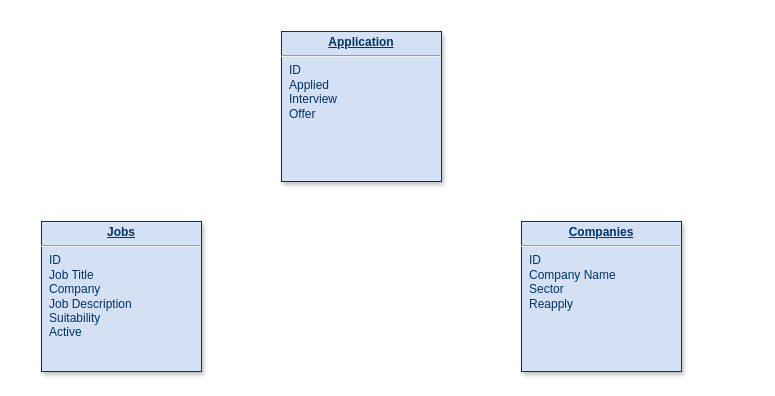
This is Diagrams/Database.drawio from JaneyRG/AI_Job_Finder, a draw.io file, before an edit. Source tidied: cells renumbered, new cells numbered last; positions are measured from the earlier drawing's top-left corner, leaving out a move shared by most shapes. Both pictures are drawn from the tidied source at 100%, with x=0, y=0 at pixel (41, 31).
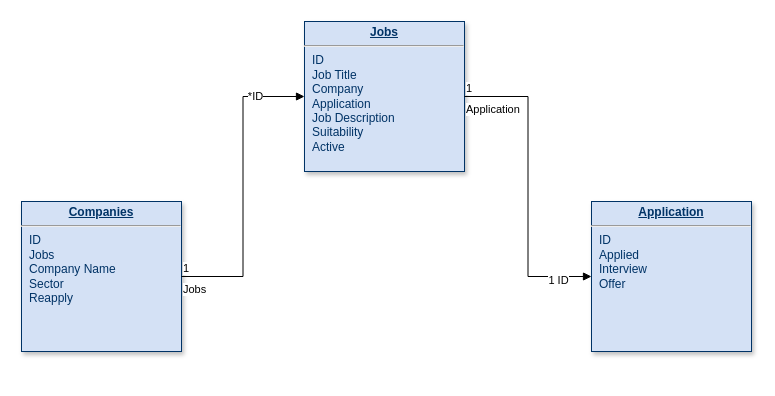
Above is the later version.

Commit message:
Finish Base base diagram

Diff of the diagram source:
```diff
@@
 <mxGraphModel>
   <root>
     <mxCell id="0" />
     <mxCell id="1" parent="0" />
-    <mxCell id="2" value="&lt;p style=&quot;margin: 0px; margin-top: 4px; text-align: center; text-decoration: underline;&quot;&gt;&lt;b&gt;Jobs&lt;/b&gt;&lt;/p&gt;&lt;hr&gt;&lt;p style=&quot;margin: 0px; margin-left: 8px;&quot;&gt;ID&lt;/p&gt;&lt;p style=&quot;margin: 0px; margin-left: 8px;&quot;&gt;Job Title&lt;/p&gt;&lt;p style=&quot;margin: 0px; margin-left: 8px;&quot;&gt;Company&lt;/p&gt;&lt;p style=&quot;margin: 0px; margin-left: 8px;&quot;&gt;Job Description&lt;/p&gt;&lt;p style=&quot;margin: 0px; margin-left: 8px;&quot;&gt;Suitability&lt;/p&gt;&lt;p style=&quot;margin: 0px; margin-left: 8px;&quot;&gt;Active&lt;/p&gt;&lt;p style=&quot;margin: 0px; margin-left: 8px;&quot;&gt;&lt;br&gt;&lt;/p&gt;&lt;p style=&quot;margin: 0px; margin-left: 8px;&quot;&gt;&lt;br&gt;&lt;/p&gt;&lt;p style=&quot;margin: 0px; margin-left: 8px;&quot;&gt;&lt;br&gt;&lt;/p&gt;&lt;p style=&quot;margin: 0px; margin-left: 8px;&quot;&gt;&lt;br&gt;&lt;/p&gt;&lt;p style=&quot;margin: 0px; margin-left: 8px;&quot;&gt;&lt;br&gt;&lt;/p&gt;" style="verticalAlign=top;align=left;overflow=fill;fontSize=12;fontFamily=Helvetica;html=1;strokeColor=#003366;shadow=1;fillColor=#D4E1F5;fontColor=#003366;" parent="1" vertex="1">
-      <mxGeometry y="190" width="160" height="150" as="geometry" />
+    <mxCell id="2" value="&lt;p style=&quot;margin: 0px; margin-top: 4px; text-align: center; text-decoration: underline;&quot;&gt;&lt;b&gt;Jobs&lt;/b&gt;&lt;/p&gt;&lt;hr&gt;&lt;p style=&quot;margin: 0px; margin-left: 8px;&quot;&gt;ID&lt;/p&gt;&lt;p style=&quot;margin: 0px; margin-left: 8px;&quot;&gt;Job Title&lt;/p&gt;&lt;p style=&quot;margin: 0px; margin-left: 8px;&quot;&gt;Company&lt;/p&gt;&lt;p style=&quot;margin: 0px; margin-left: 8px;&quot;&gt;Application&lt;/p&gt;&lt;p style=&quot;margin: 0px; margin-left: 8px;&quot;&gt;Job Description&lt;/p&gt;&lt;p style=&quot;margin: 0px; margin-left: 8px;&quot;&gt;Suitability&lt;/p&gt;&lt;p style=&quot;margin: 0px; margin-left: 8px;&quot;&gt;Active&lt;/p&gt;&lt;p style=&quot;margin: 0px; margin-left: 8px;&quot;&gt;&lt;br&gt;&lt;/p&gt;&lt;p style=&quot;margin: 0px; margin-left: 8px;&quot;&gt;&lt;br&gt;&lt;/p&gt;&lt;p style=&quot;margin: 0px; margin-left: 8px;&quot;&gt;&lt;br&gt;&lt;/p&gt;&lt;p style=&quot;margin: 0px; margin-left: 8px;&quot;&gt;&lt;br&gt;&lt;/p&gt;&lt;p style=&quot;margin: 0px; margin-left: 8px;&quot;&gt;&lt;br&gt;&lt;/p&gt;" style="verticalAlign=top;align=left;overflow=fill;fontSize=12;fontFamily=Helvetica;html=1;strokeColor=#003366;shadow=1;fillColor=#D4E1F5;fontColor=#003366;" parent="1" vertex="1">
+      <mxGeometry x="263" y="-10" width="160" height="150" as="geometry" />
     </mxCell>
-    <mxCell id="3" value="&lt;p style=&quot;margin: 0px; margin-top: 4px; text-align: center; text-decoration: underline;&quot;&gt;&lt;b&gt;Companies&lt;/b&gt;&lt;/p&gt;&lt;hr&gt;&lt;p style=&quot;margin: 0px; margin-left: 8px;&quot;&gt;ID&lt;/p&gt;&lt;p style=&quot;margin: 0px; margin-left: 8px;&quot;&gt;Company Name&lt;/p&gt;&lt;p style=&quot;margin: 0px; margin-left: 8px;&quot;&gt;Sector&lt;/p&gt;&lt;p style=&quot;margin: 0px; margin-left: 8px;&quot;&gt;Reapply&lt;/p&gt;&lt;p style=&quot;margin: 0px; margin-left: 8px;&quot;&gt;&lt;br&gt;&lt;/p&gt;&lt;p style=&quot;margin: 0px; margin-left: 8px;&quot;&gt;&lt;br&gt;&lt;/p&gt;&lt;p style=&quot;margin: 0px; margin-left: 8px;&quot;&gt;&lt;br&gt;&lt;/p&gt;&lt;p style=&quot;margin: 0px; margin-left: 8px;&quot;&gt;&lt;br&gt;&lt;/p&gt;" style="verticalAlign=top;align=left;overflow=fill;fontSize=12;fontFamily=Helvetica;html=1;strokeColor=#003366;shadow=1;fillColor=#D4E1F5;fontColor=#003366;" parent="1" vertex="1">
-      <mxGeometry x="480" y="190" width="160" height="150" as="geometry" />
+    <mxCell id="3" value="&lt;p style=&quot;margin: 0px; margin-top: 4px; text-align: center; text-decoration: underline;&quot;&gt;&lt;b&gt;Companies&lt;/b&gt;&lt;/p&gt;&lt;hr&gt;&lt;p style=&quot;margin: 0px; margin-left: 8px;&quot;&gt;ID&lt;/p&gt;&lt;p style=&quot;margin: 0px; margin-left: 8px;&quot;&gt;Jobs&lt;/p&gt;&lt;p style=&quot;margin: 0px; margin-left: 8px;&quot;&gt;Company Name&lt;/p&gt;&lt;p style=&quot;margin: 0px; margin-left: 8px;&quot;&gt;Sector&lt;/p&gt;&lt;p style=&quot;margin: 0px; margin-left: 8px;&quot;&gt;Reapply&lt;/p&gt;&lt;p style=&quot;margin: 0px; margin-left: 8px;&quot;&gt;&lt;br&gt;&lt;/p&gt;&lt;p style=&quot;margin: 0px; margin-left: 8px;&quot;&gt;&lt;br&gt;&lt;/p&gt;&lt;p style=&quot;margin: 0px; margin-left: 8px;&quot;&gt;&lt;br&gt;&lt;/p&gt;&lt;p style=&quot;margin: 0px; margin-left: 8px;&quot;&gt;&lt;br&gt;&lt;/p&gt;" style="verticalAlign=top;align=left;overflow=fill;fontSize=12;fontFamily=Helvetica;html=1;strokeColor=#003366;shadow=1;fillColor=#D4E1F5;fontColor=#003366;" parent="1" vertex="1">
+      <mxGeometry x="-20" y="170" width="160" height="150" as="geometry" />
     </mxCell>
     <mxCell id="4" value="&lt;p style=&quot;margin: 0px; margin-top: 4px; text-align: center; text-decoration: underline;&quot;&gt;&lt;b&gt;Application&lt;/b&gt;&lt;/p&gt;&lt;hr&gt;&lt;p style=&quot;margin: 0px; margin-left: 8px;&quot;&gt;ID&lt;/p&gt;&lt;p style=&quot;margin: 0px; margin-left: 8px;&quot;&gt;Applied&lt;/p&gt;&lt;p style=&quot;margin: 0px; margin-left: 8px;&quot;&gt;Interview&lt;/p&gt;&lt;p style=&quot;margin: 0px; margin-left: 8px;&quot;&gt;Offer&lt;/p&gt;&lt;p style=&quot;margin: 0px; margin-left: 8px;&quot;&gt;&lt;br&gt;&lt;/p&gt;&lt;p style=&quot;margin: 0px; margin-left: 8px;&quot;&gt;&lt;br&gt;&lt;/p&gt;&lt;p style=&quot;margin: 0px; margin-left: 8px;&quot;&gt;&lt;br&gt;&lt;/p&gt;&lt;p style=&quot;margin: 0px; margin-left: 8px;&quot;&gt;&lt;br&gt;&lt;/p&gt;&lt;p style=&quot;margin: 0px; margin-left: 8px;&quot;&gt;&lt;br&gt;&lt;/p&gt;" style="verticalAlign=top;align=left;overflow=fill;fontSize=12;fontFamily=Helvetica;html=1;strokeColor=#003366;shadow=1;fillColor=#D4E1F5;fontColor=#003366;" parent="1" vertex="1">
-      <mxGeometry x="240" width="160" height="150" as="geometry" />
+      <mxGeometry x="550" y="170" width="160" height="150" as="geometry" />
     </mxCell>
+    <mxCell id="5" value="Jobs" style="endArrow=block;endFill=1;html=1;edgeStyle=orthogonalEdgeStyle;align=left;verticalAlign=top;rounded=0;entryX=0;entryY=0.5;entryDx=0;entryDy=0;" parent="1" edge="1" source="3" target="2">
+      <mxGeometry x="-1" relative="1" as="geometry" />
+    </mxCell>
+    <mxCell id="6" value="1" style="edgeLabel;html=1;align=left;verticalAlign=bottom;" parent="5" vertex="1">
+      <mxGeometry x="-1" relative="1" as="geometry" />
+    </mxCell>
+    <mxCell id="7" value="*ID" style="edgeLabel;html=1;align=center;verticalAlign=middle;" parent="5" vertex="1">
+      <mxGeometry x="0.67" y="1" relative="1" as="geometry" />
+    </mxCell>
+    <mxCell id="8" value="Application" style="endArrow=block;endFill=1;html=1;edgeStyle=orthogonalEdgeStyle;align=left;verticalAlign=top;rounded=0;exitX=1;exitY=0.5;exitDx=0;exitDy=0;entryX=0;entryY=0.5;entryDx=0;entryDy=0;" parent="1" edge="1" source="2" target="4">
+      <mxGeometry x="-1" relative="1" as="geometry" />
+    </mxCell>
+    <mxCell id="9" value="1" style="edgeLabel;html=1;align=left;verticalAlign=bottom;" parent="8" vertex="1">
+      <mxGeometry x="-1" relative="1" as="geometry" />
+    </mxCell>
+    <mxCell id="10" value="1 ID" style="edgeLabel;html=1;align=center;verticalAlign=middle;" parent="8" vertex="1">
+      <mxGeometry x="0.78" y="-3" relative="1" as="geometry" />
+    </mxCell>
   </root>
 </mxGraphModel>
```
